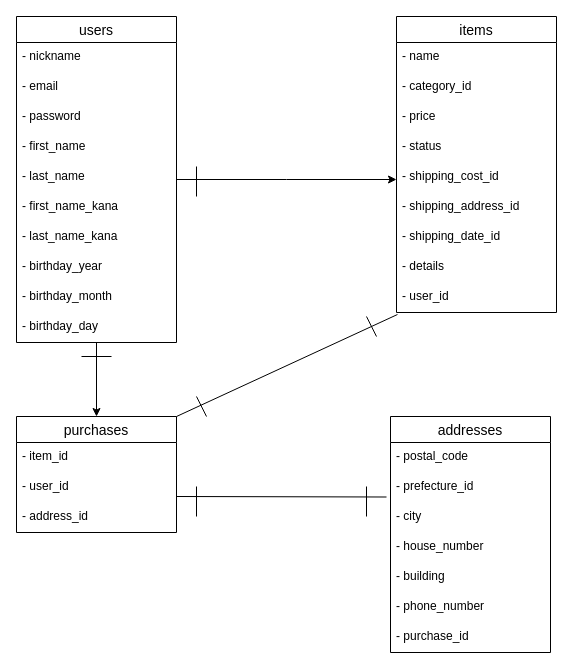
The draw.io diagram ER.dio in jyoryu-0105/furima-31059, before the edit. Source tidied: cells renumbered, new cells numbered last; positions are measured from the earlier drawing's top-left corner, leaving out a move shared by most shapes. Both pictures are drawn from the tidied source at 100%, with x=0, y=0 at pixel (16, 16).
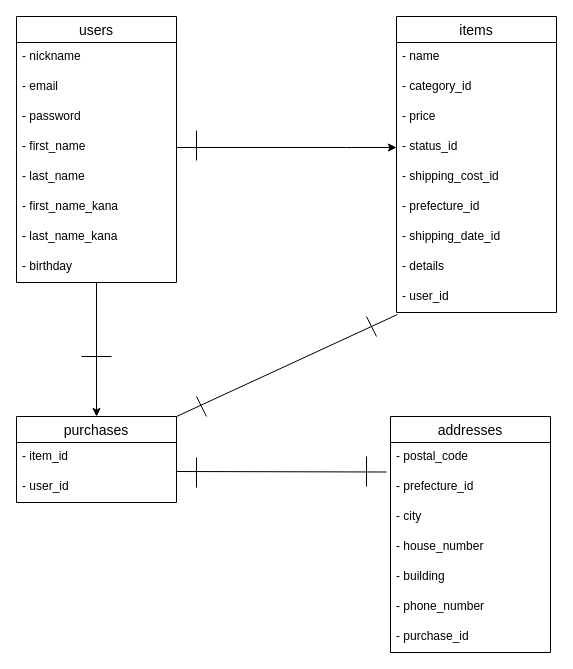
The same page after the edit.

Commit message (it also covers changes not shown here):
ER図とREADMEの再修正

The change refers to these unchanged cells:
```xml
<mxCell id="19" value="items" style="swimlane;fontStyle=0;horizontal=1;startSize=26;align=center;fontSize=14;" parent="1" vertex="1">
  <mxGeometry x="380" width="160" height="296" as="geometry" />
</mxCell>
```

Change to the diagram source:
```diff
@@
-    <mxCell id="3" style="edgeStyle=orthogonalEdgeStyle;rounded=0;jettySize=auto;html=1;" parent="1" edge="1" source="4">
+    <mxCell id="3" style="edgeStyle=orthogonalEdgeStyle;rounded=0;jettySize=auto;html=1;entryX=0;entryY=0.5;entryDx=0;entryDy=0;" parent="1" edge="1" source="4" target="23">
       <mxGeometry relative="1" as="geometry">
-        <mxPoint x="380" y="163" as="targetPoint" />
+        <Array as="points">
+          <mxPoint x="330" y="131" />
+          <mxPoint x="330" y="131" />
+        </Array>
       </mxGeometry>
     </mxCell>
     <mxCell id="4" value="users" style="swimlane;fontStyle=0;horizontal=1;startSize=26;align=center;fontSize=14;" parent="1" vertex="1">
-      <mxGeometry width="160" height="326" as="geometry" />
+      <mxGeometry width="160" height="266" as="geometry" />
     </mxCell>
@@
-    <mxCell id="12" value="- birthday_year" style="text;strokeColor=none;fillColor=none;spacingLeft=4;spacingRight=4;overflow=hidden;fontSize=12;" parent="4" vertex="1">
+    <mxCell id="12" value="- birthday" style="text;strokeColor=none;fillColor=none;spacingLeft=4;spacingRight=4;overflow=hidden;fontSize=12;" parent="4" vertex="1">
       <mxGeometry y="236" width="160" height="30" as="geometry" />
     </mxCell>
-    <mxCell id="13" value="- birthday_month" style="text;strokeColor=none;fillColor=none;spacingLeft=4;spacingRight=4;overflow=hidden;fontSize=12;" parent="4" vertex="1">
-      <mxGeometry y="266" width="160" height="30" as="geometry" />
-    </mxCell>
-    <mxCell id="14" value="- birthday_day" style="text;strokeColor=none;fillColor=none;spacingLeft=4;spacingRight=4;overflow=hidden;fontSize=12;" parent="4" vertex="1">
-      <mxGeometry y="296" width="160" height="30" as="geometry" />
-    </mxCell>
     <mxCell id="15" value="purchases" style="swimlane;fontStyle=0;horizontal=1;startSize=26;align=center;fontSize=14;" parent="1" vertex="1">
-      <mxGeometry y="400" width="160" height="116" as="geometry" />
+      <mxGeometry y="400" width="160" height="86" as="geometry" />
     </mxCell>
@@
-    <mxCell id="18" value="- address_id" style="text;strokeColor=none;fillColor=none;spacingLeft=4;spacingRight=4;overflow=hidden;fontSize=12;" parent="15" vertex="1">
-      <mxGeometry y="86" width="160" height="30" as="geometry" />
-    </mxCell>
@@
-    <mxCell id="23" value="- status" style="text;strokeColor=none;fillColor=none;spacingLeft=4;spacingRight=4;overflow=hidden;points=[[0,0.5],[1,0.5]];portConstraint=eastwest;fontSize=12;" parent="19" vertex="1">
+    <mxCell id="23" value="- status_id" style="text;strokeColor=none;fillColor=none;spacingLeft=4;spacingRight=4;overflow=hidden;points=[[0,0.5],[1,0.5]];portConstraint=eastwest;fontSize=12;" parent="19" vertex="1">
       <mxGeometry y="116" width="160" height="30" as="geometry" />
     </mxCell>
@@
-    <mxCell id="25" value="- shipping_address_id" style="text;strokeColor=none;fillColor=none;spacingLeft=4;spacingRight=4;overflow=hidden;fontSize=12;" parent="19" vertex="1">
+    <mxCell id="25" value="- prefecture_id" style="text;strokeColor=none;fillColor=none;spacingLeft=4;spacingRight=4;overflow=hidden;fontSize=12;" parent="19" vertex="1">
       <mxGeometry y="176" width="160" height="30" as="geometry" />
     </mxCell>
@@
     <mxCell id="37" style="endArrow=none;html=1;rounded=0;" parent="1" edge="1">
       <mxGeometry relative="1" as="geometry">
-        <mxPoint x="160" y="480" as="sourcePoint" />
-        <mxPoint x="370" y="480.5" as="targetPoint" />
+        <mxPoint x="160" y="455" as="sourcePoint" />
+        <mxPoint x="370" y="455.5" as="targetPoint" />
       </mxGeometry>
     </mxCell>
@@
     <mxCell id="39" style="endArrow=none;html=1;rounded=0;" parent="1" edge="1">
       <mxGeometry relative="1" as="geometry">
-        <mxPoint x="180" y="180" as="sourcePoint" />
-        <mxPoint x="180" y="150" as="targetPoint" />
+        <mxPoint x="180" y="144" as="sourcePoint" />
+        <mxPoint x="180" y="114" as="targetPoint" />
       </mxGeometry>
     </mxCell>
@@
     <mxCell id="43" style="endArrow=none;html=1;rounded=0;" parent="1" edge="1">
       <mxGeometry relative="1" as="geometry">
-        <mxPoint x="180" y="500" as="sourcePoint" />
-        <mxPoint x="180" y="470" as="targetPoint" />
+        <mxPoint x="180" y="471" as="sourcePoint" />
+        <mxPoint x="180" y="441" as="targetPoint" />
       </mxGeometry>
     </mxCell>
     <mxCell id="44" style="endArrow=none;html=1;rounded=0;" parent="1" edge="1">
       <mxGeometry relative="1" as="geometry">
-        <mxPoint x="350" y="500" as="sourcePoint" />
-        <mxPoint x="350" y="470" as="targetPoint" />
+        <mxPoint x="350" y="470" as="sourcePoint" />
+        <mxPoint x="350" y="440" as="targetPoint" />
       </mxGeometry>
     </mxCell>
```
